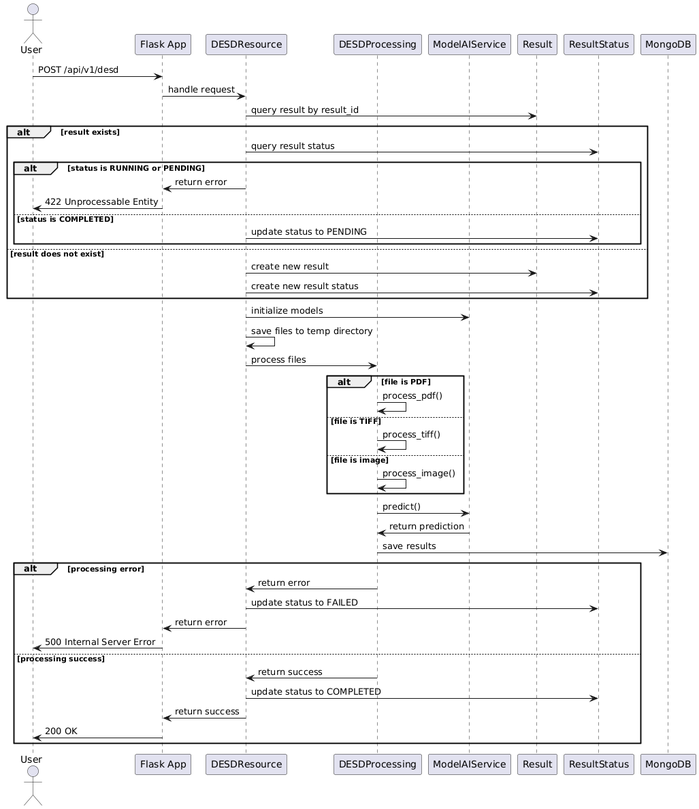
Earlier version of the PlantUML export docs/pictures/desd-sequence-diagram.png (Erik172/DESD-API-Rest). Source of this version:
```plantuml
@startuml
actor User
participant "Flask App" as App
participant "DESDResource" as DESD
participant "DESDProcessing" as Processing
participant "ModelAIService" as ModelAI
participant "Result" as ResultModel
participant "ResultStatus" as ResultStatusModel
participant "MongoDB" as Mongo

User -> App: POST /api/v1/desd
App -> DESD: handle request
DESD -> ResultModel: query result by result_id
alt result exists
    DESD -> ResultStatusModel: query result status
    alt status is RUNNING or PENDING
        DESD -> App: return error
        App -> User: 422 Unprocessable Entity
    else status is COMPLETED
        DESD -> ResultStatusModel: update status to PENDING
    end
else result does not exist
    DESD -> ResultModel: create new result
    DESD -> ResultStatusModel: create new result status
end
DESD -> ModelAI: initialize models
DESD -> DESD: save files to temp directory
DESD -> Processing: process files
alt file is PDF
    Processing -> Processing: process_pdf()
else file is TIFF
    Processing -> Processing: process_tiff()
else file is image
    Processing -> Processing: process_image()
end
Processing -> ModelAI: predict()
ModelAI -> Processing: return prediction
Processing -> Mongo: save results
alt processing error
    Processing -> DESD: return error
    DESD -> ResultStatusModel: update status to FAILED
    DESD -> App: return error
    App -> User: 500 Internal Server Error
else processing success
    Processing -> DESD: return success
    DESD -> ResultStatusModel: update status to COMPLETED
    DESD -> App: return success
    App -> User: 200 OK
end
@enduml
```
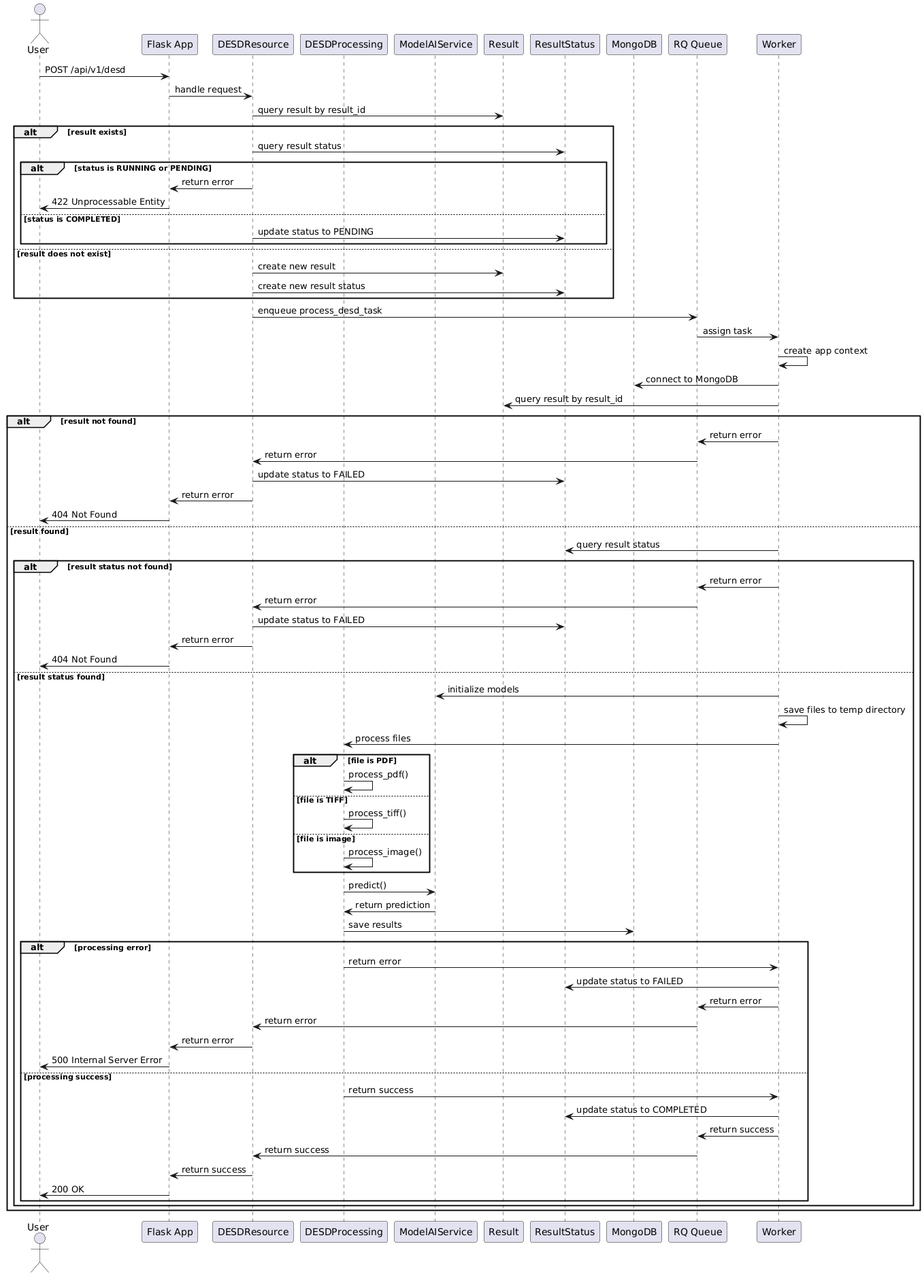
After the commit.

What changed in the source:
```diff
@@ -7,6 +7,8 @@
 participant "Result" as ResultModel
 participant "ResultStatus" as ResultStatusModel
 participant "MongoDB" as Mongo
+participant "RQ Queue" as Queue
+participant "Worker" as Worker
 
 User -> App: POST /api/v1/desd
 App -> DESD: handle request
@@ -23,28 +25,54 @@
     DESD -> ResultModel: create new result
     DESD -> ResultStatusModel: create new result status
 end
-DESD -> ModelAI: initialize models
-DESD -> DESD: save files to temp directory
-DESD -> Processing: process files
-alt file is PDF
-    Processing -> Processing: process_pdf()
-else file is TIFF
-    Processing -> Processing: process_tiff()
-else file is image
-    Processing -> Processing: process_image()
-end
-Processing -> ModelAI: predict()
-ModelAI -> Processing: return prediction
-Processing -> Mongo: save results
-alt processing error
-    Processing -> DESD: return error
+DESD -> Queue: enqueue process_desd_task
+Queue -> Worker: assign task
+Worker -> Worker: create app context
+Worker -> Mongo: connect to MongoDB
+Worker -> ResultModel: query result by result_id
+alt result not found
+    Worker -> Queue: return error
+    Queue -> DESD: return error
     DESD -> ResultStatusModel: update status to FAILED
     DESD -> App: return error
-    App -> User: 500 Internal Server Error
-else processing success
-    Processing -> DESD: return success
-    DESD -> ResultStatusModel: update status to COMPLETED
-    DESD -> App: return success
-    App -> User: 200 OK
+    App -> User: 404 Not Found
+else result found
+    Worker -> ResultStatusModel: query result status
+    alt result status not found
+        Worker -> Queue: return error
+        Queue -> DESD: return error
+        DESD -> ResultStatusModel: update status to FAILED
+        DESD -> App: return error
+        App -> User: 404 Not Found
+    else result status found
+        Worker -> ModelAI: initialize models
+        Worker -> Worker: save files to temp directory
+        Worker -> Processing: process files
+        alt file is PDF
+            Processing -> Processing: process_pdf()
+        else file is TIFF
+            Processing -> Processing: process_tiff()
+        else file is image
+            Processing -> Processing: process_image()
+        end
+        Processing -> ModelAI: predict()
+        ModelAI -> Processing: return prediction
+        Processing -> Mongo: save results
+        alt processing error
+            Processing -> Worker: return error
+            Worker -> ResultStatusModel: update status to FAILED
+            Worker -> Queue: return error
+            Queue -> DESD: return error
+            DESD -> App: return error
+            App -> User: 500 Internal Server Error
+        else processing success
+            Processing -> Worker: return success
+            Worker -> ResultStatusModel: update status to COMPLETED
+            Worker -> Queue: return success
+            Queue -> DESD: return success
+            DESD -> App: return success
+            App -> User: 200 OK
+        end
+    end
 end
 @enduml
```
